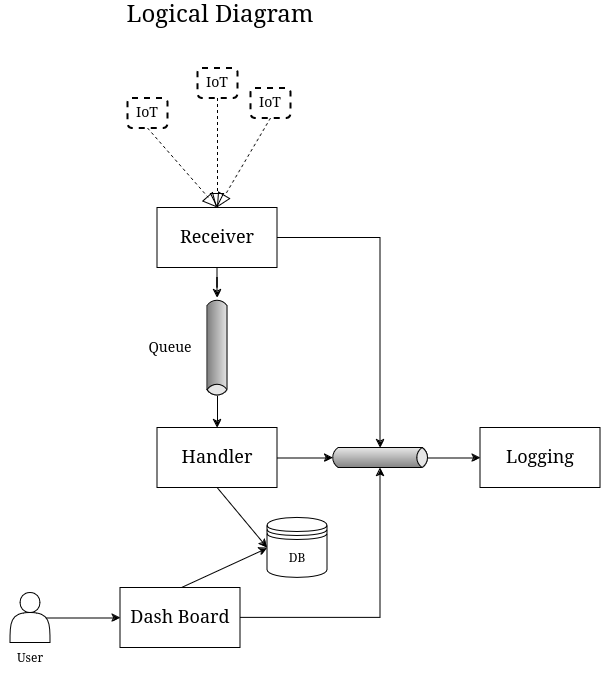
The draw.io diagram doc/logic_diagram.png in kaiosatiro/iot_server, before a commit. Source tidied: cells renumbered, new cells last; positions are measured from the earlier drawing's top-left corner, leaving out a move shared by most shapes. Source of this version:
```xml
<mxGraphModel>
  <root>
    <mxCell id="0" style="html=1;" />
    <mxCell id="1" style="html=1;" parent="0" />
    <mxCell id="2" value="DB" style="shape=datastore;whiteSpace=wrap;html=1;" parent="1" vertex="1">
      <mxGeometry x="267" y="517.5" width="60" height="60" as="geometry" />
    </mxCell>
    <mxCell id="3" style="edgeStyle=orthogonalEdgeStyle;rounded=0;jettySize=auto;html=1;" parent="1" edge="1" source="4" target="15">
      <mxGeometry relative="1" as="geometry" />
    </mxCell>
    <mxCell id="4" value="&lt;font style=&quot;font-size: 18px;&quot;&gt;Receiver&lt;/font&gt;" style="rounded=0;whiteSpace=wrap;html=1;" parent="1" vertex="1">
      <mxGeometry x="157" y="207.5" width="120" height="60" as="geometry" />
    </mxCell>
    <mxCell id="5" style="rounded=0;jettySize=auto;html=1;exitX=0.5;exitY=0;exitDx=0;exitDy=0;entryX=0;entryY=0.5;entryDx=0;entryDy=0;" parent="1" edge="1" source="6" target="2">
      <mxGeometry relative="1" as="geometry" />
    </mxCell>
    <mxCell id="6" value="&lt;font style=&quot;font-size: 18px;&quot;&gt;Dash Board&lt;br&gt;&lt;/font&gt;" style="rounded=0;whiteSpace=wrap;html=1;" parent="1" vertex="1">
      <mxGeometry x="120" y="587.5" width="120" height="60" as="geometry" />
    </mxCell>
    <mxCell id="7" style="rounded=0;jettySize=auto;html=1;exitX=0.5;exitY=1;exitDx=0;exitDy=0;entryX=0;entryY=0.5;entryDx=0;entryDy=0;" parent="1" edge="1" source="8" target="2">
      <mxGeometry relative="1" as="geometry" />
    </mxCell>
    <mxCell id="8" value="&lt;font style=&quot;font-size: 18px;&quot;&gt;Handler&lt;/font&gt;" style="rounded=0;whiteSpace=wrap;html=1;" parent="1" vertex="1">
      <mxGeometry x="157" y="427.5" width="120" height="60" as="geometry" />
    </mxCell>
    <mxCell id="9" value="&lt;font style=&quot;font-size: 18px;&quot;&gt;Logging&lt;/font&gt;" style="rounded=0;whiteSpace=wrap;html=1;" parent="1" vertex="1">
      <mxGeometry x="480" y="427.5" width="120" height="60" as="geometry" />
    </mxCell>
    <mxCell id="10" style="edgeStyle=orthogonalEdgeStyle;rounded=0;jettySize=auto;html=1;exitX=0.9;exitY=0.5;exitDx=0;exitDy=0;exitPerimeter=0;entryX=0;entryY=0.5;entryDx=0;entryDy=0;" parent="1" edge="1" source="11" target="6">
      <mxGeometry relative="1" as="geometry" />
    </mxCell>
    <mxCell id="11" style="shape=actor;whiteSpace=wrap;html=1;" parent="1" vertex="1">
      <mxGeometry x="10" y="592.5" width="40" height="50" as="geometry" />
    </mxCell>
    <mxCell id="12" style="edgeStyle=orthogonalEdgeStyle;rounded=0;jettySize=auto;html=1;exitX=1;exitY=0.5;exitDx=-2.7;exitDy=0;exitPerimeter=0;" parent="1" edge="1" source="13" target="9">
      <mxGeometry relative="1" as="geometry" />
    </mxCell>
    <mxCell id="13" style="strokeWidth=1;outlineConnect=0;dashed=0;align=center;fontSize=8;shape=mxgraph.eip.messageChannel;html=1;verticalLabelPosition=bottom;verticalAlign=top;" parent="1" vertex="1">
      <mxGeometry x="330" y="447.5" width="100" height="20" as="geometry" />
    </mxCell>
    <mxCell id="14" style="edgeStyle=orthogonalEdgeStyle;rounded=0;jettySize=auto;html=1;exitX=1;exitY=0.5;exitDx=-2.7;exitDy=0;exitPerimeter=0;entryX=0.5;entryY=0;entryDx=0;entryDy=0;" parent="1" edge="1" source="15" target="8">
      <mxGeometry relative="1" as="geometry" />
    </mxCell>
    <mxCell id="15" style="strokeWidth=1;outlineConnect=0;dashed=0;align=center;fontSize=8;shape=mxgraph.eip.messageChannel;html=1;verticalLabelPosition=bottom;verticalAlign=top;rotation=90;" parent="1" vertex="1">
      <mxGeometry x="167" y="337.5" width="100" height="20" as="geometry" />
    </mxCell>
    <mxCell id="16" value="&lt;font style=&quot;font-size: 14px;&quot;&gt;Queue&lt;/font&gt;" style="text;html=1;align=center;verticalAlign=middle;whiteSpace=wrap;rounded=0;" parent="1" vertex="1">
      <mxGeometry x="140" y="332.5" width="60" height="30" as="geometry" />
    </mxCell>
    <mxCell id="17" value="User" style="text;html=1;align=center;verticalAlign=middle;whiteSpace=wrap;rounded=0;" parent="1" vertex="1">
      <mxGeometry y="642.5" width="60" height="30" as="geometry" />
    </mxCell>
    <mxCell id="18" style="edgeStyle=none;html=1;endSize=12;endArrow=block;endFill=0;dashed=1;rounded=0;exitX=0.5;exitY=1;exitDx=0;exitDy=0;entryX=0.5;entryY=0;entryDx=0;entryDy=0;" parent="1" edge="1" source="23" target="4">
      <mxGeometry relative="1" as="geometry" />
    </mxCell>
    <mxCell id="19" style="edgeStyle=none;html=1;endSize=12;endArrow=block;endFill=0;dashed=1;rounded=0;exitX=0.5;exitY=1;exitDx=0;exitDy=0;entryX=0.5;entryY=0;entryDx=0;entryDy=0;" parent="1" edge="1" source="21" target="4">
      <mxGeometry relative="1" as="geometry" />
    </mxCell>
    <mxCell id="20" style="edgeStyle=none;html=1;endSize=12;endArrow=block;endFill=0;dashed=1;rounded=0;exitX=0.5;exitY=1;exitDx=0;exitDy=0;entryX=0.5;entryY=0;entryDx=0;entryDy=0;" parent="1" edge="1" source="22" target="4">
      <mxGeometry relative="1" as="geometry" />
    </mxCell>
    <mxCell id="21" value="&lt;font style=&quot;font-size: 14px;&quot;&gt;IoT&lt;/font&gt;" style="shape=rect;html=1;rounded=1;dashed=1;strokeWidth=2;verticalAlign=top;whiteSpace=wrap;align=center;" parent="1" vertex="1">
      <mxGeometry x="127" y="97.5" width="40" height="30" as="geometry" />
    </mxCell>
    <mxCell id="22" value="&lt;font style=&quot;font-size: 14px;&quot;&gt;IoT&lt;/font&gt;" style="shape=rect;html=1;rounded=1;dashed=1;strokeWidth=2;verticalAlign=top;whiteSpace=wrap;align=center;" parent="1" vertex="1">
      <mxGeometry x="197" y="67.5" width="40" height="30" as="geometry" />
    </mxCell>
    <mxCell id="23" value="&lt;font style=&quot;font-size: 14px;&quot;&gt;IoT&lt;/font&gt;" style="shape=rect;html=1;rounded=1;dashed=1;strokeWidth=2;verticalAlign=top;whiteSpace=wrap;align=center;" parent="1" vertex="1">
      <mxGeometry x="250" y="87.5" width="40" height="30" as="geometry" />
    </mxCell>
    <mxCell id="24" style="edgeStyle=orthogonalEdgeStyle;rounded=0;jettySize=auto;html=1;exitX=1;exitY=0.5;exitDx=0;exitDy=0;entryX=0;entryY=0;entryDx=50;entryDy=0;entryPerimeter=0;" parent="1" edge="1" source="4" target="13">
      <mxGeometry relative="1" as="geometry" />
    </mxCell>
    <mxCell id="25" style="edgeStyle=orthogonalEdgeStyle;rounded=0;jettySize=auto;html=1;exitX=1;exitY=0.5;exitDx=0;exitDy=0;entryX=0;entryY=0.5;entryDx=2.7;entryDy=0;entryPerimeter=0;" parent="1" edge="1" source="8" target="13">
      <mxGeometry relative="1" as="geometry" />
    </mxCell>
    <mxCell id="26" style="edgeStyle=orthogonalEdgeStyle;rounded=0;jettySize=auto;html=1;exitX=1;exitY=0.5;exitDx=0;exitDy=0;entryX=0;entryY=1;entryDx=50;entryDy=0;entryPerimeter=0;" parent="1" edge="1" source="6" target="13">
      <mxGeometry relative="1" as="geometry" />
    </mxCell>
    <mxCell id="27" value="&lt;font style=&quot;font-size: 24px;&quot;&gt;Logical Diagram&lt;/font&gt;" style="text;html=1;align=center;verticalAlign=middle;whiteSpace=wrap;rounded=0;" parent="1" vertex="1">
      <mxGeometry x="110" width="220" height="30" as="geometry" />
    </mxCell>
  </root>
</mxGraphModel>
```
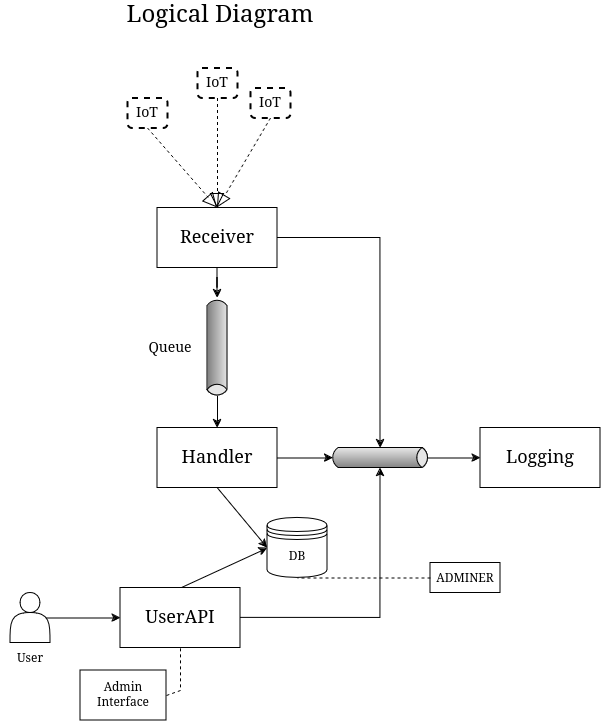
The same diagram one commit later.

The edit, as a diff of the source:
```diff
@@ -14,7 +14,7 @@
     <mxCell id="5" style="rounded=0;jettySize=auto;html=1;exitX=0.5;exitY=0;exitDx=0;exitDy=0;entryX=0;entryY=0.5;entryDx=0;entryDy=0;" parent="1" edge="1" source="6" target="2">
       <mxGeometry relative="1" as="geometry" />
     </mxCell>
-    <mxCell id="6" value="&lt;font style=&quot;font-size: 18px;&quot;&gt;Dash Board&lt;br&gt;&lt;/font&gt;" style="rounded=0;whiteSpace=wrap;html=1;" parent="1" vertex="1">
+    <mxCell id="6" value="&lt;font style=&quot;font-size: 18px;&quot;&gt;UserAPI&lt;/font&gt;" style="rounded=0;whiteSpace=wrap;html=1;" parent="1" vertex="1">
       <mxGeometry x="120" y="587.5" width="120" height="60" as="geometry" />
     </mxCell>
     <mxCell id="7" style="rounded=0;jettySize=auto;html=1;exitX=0.5;exitY=1;exitDx=0;exitDy=0;entryX=0;entryY=0.5;entryDx=0;entryDy=0;" parent="1" edge="1" source="8" target="2">
@@ -80,5 +80,21 @@
     <mxCell id="27" value="&lt;font style=&quot;font-size: 24px;&quot;&gt;Logical Diagram&lt;/font&gt;" style="text;html=1;align=center;verticalAlign=middle;whiteSpace=wrap;rounded=0;" parent="1" vertex="1">
       <mxGeometry x="110" width="220" height="30" as="geometry" />
     </mxCell>
+    <mxCell id="28" value="Admin Interface" style="rounded=0;whiteSpace=wrap;html=1;" parent="1" vertex="1">
+      <mxGeometry x="80" y="670" width="86" height="50" as="geometry" />
+    </mxCell>
+    <mxCell id="29" style="endArrow=none;dashed=1;html=1;rounded=0;entryX=0.5;entryY=1;entryDx=0;entryDy=0;exitX=1;exitY=0.5;exitDx=0;exitDy=0;" parent="1" edge="1" source="28" target="6">
+      <mxGeometry relative="1" as="geometry">
+        <Array as="points">
+          <mxPoint x="180" y="690" />
+        </Array>
+      </mxGeometry>
+    </mxCell>
+    <mxCell id="30" value="ADMINER" style="rounded=0;whiteSpace=wrap;html=1;" parent="1" vertex="1">
+      <mxGeometry x="430" y="562.5" width="70" height="30" as="geometry" />
+    </mxCell>
+    <mxCell id="31" style="endArrow=none;dashed=1;html=1;rounded=0;entryX=0.5;entryY=1;entryDx=0;entryDy=0;exitX=0;exitY=0.5;exitDx=0;exitDy=0;" parent="1" edge="1" source="30" target="2">
+      <mxGeometry relative="1" as="geometry" />
+    </mxCell>
   </root>
 </mxGraphModel>
```
